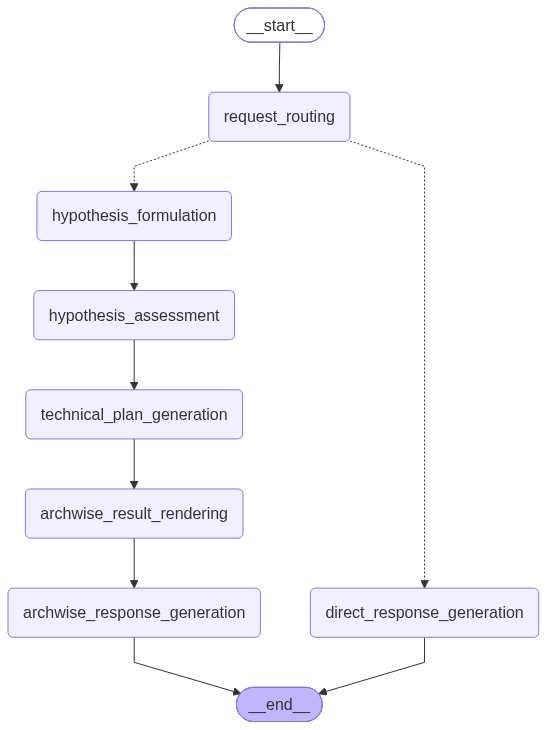
Above: docs/architecture/archwise-workflow.png in archhypo-ai/archflow-solo (Mermaid), before the change. Its source is kept beside it as docs/architecture/archwise-workflow.mmd. Its diagram source:
```mermaid
---
config:
  flowchart:
    curve: linear
---
graph TD;
    __start__([<p>__start__</p>]):::first
    request_routing(request_routing)
    direct_response_generation(direct_response_generation)
    hypothesis_formulation(hypothesis_formulation)
    hypothesis_assessment(hypothesis_assessment)
    technical_plan_generation(technical_plan_generation)
    archwise_result_rendering(archwise_result_rendering)
    archwise_response_generation(archwise_response_generation)
    __end__([<p>__end__</p>]):::last

    __start__ --> request_routing;
    request_routing -.-> direct_response_generation;
    request_routing -.-> hypothesis_formulation;
    direct_response_generation --> __end__;
    hypothesis_formulation --> hypothesis_assessment;
    hypothesis_assessment --> technical_plan_generation;
    technical_plan_generation --> archwise_result_rendering;
    archwise_result_rendering --> archwise_response_generation;
    archwise_response_generation --> __end__;

    classDef default fill:#f2f0ff,line-height:1.2
    classDef first fill-opacity:0
    classDef last fill:#bfb6fc
```
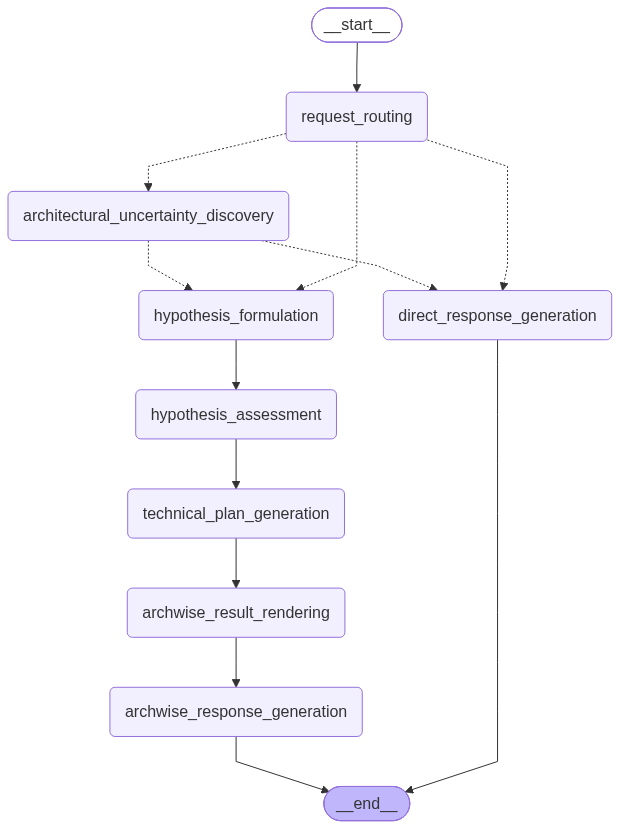
The same diagram one commit later.

Change to the diagram source:
```diff
@@ -4,26 +4,28 @@
     curve: linear
 ---
 graph TD;
-    __start__([<p>__start__</p>]):::first
-    request_routing(request_routing)
-    direct_response_generation(direct_response_generation)
-    hypothesis_formulation(hypothesis_formulation)
-    hypothesis_assessment(hypothesis_assessment)
-    technical_plan_generation(technical_plan_generation)
-    archwise_result_rendering(archwise_result_rendering)
-    archwise_response_generation(archwise_response_generation)
-    __end__([<p>__end__</p>]):::last
-
-    __start__ --> request_routing;
-    request_routing -.-> direct_response_generation;
-    request_routing -.-> hypothesis_formulation;
-    direct_response_generation --> __end__;
-    hypothesis_formulation --> hypothesis_assessment;
-    hypothesis_assessment --> technical_plan_generation;
-    technical_plan_generation --> archwise_result_rendering;
-    archwise_result_rendering --> archwise_response_generation;
-    archwise_response_generation --> __end__;
-
-    classDef default fill:#f2f0ff,line-height:1.2
-    classDef first fill-opacity:0
-    classDef last fill:#bfb6fc
+	__start__([<p>__start__</p>]):::first
+	request_routing(request_routing)
+	direct_response_generation(direct_response_generation)
+	architectural_uncertainty_discovery(architectural_uncertainty_discovery)
+	archwise_result_rendering(archwise_result_rendering)
+	archwise_response_generation(archwise_response_generation)
+	hypothesis_formulation(hypothesis_formulation)
+	hypothesis_assessment(hypothesis_assessment)
+	technical_plan_generation(technical_plan_generation)
+	__end__([<p>__end__</p>]):::last
+	__start__ --> request_routing;
+	architectural_uncertainty_discovery -.-> direct_response_generation;
+	architectural_uncertainty_discovery -.-> hypothesis_formulation;
+	archwise_result_rendering --> archwise_response_generation;
+	hypothesis_assessment --> technical_plan_generation;
+	hypothesis_formulation --> hypothesis_assessment;
+	request_routing -.-> architectural_uncertainty_discovery;
+	request_routing -.-> direct_response_generation;
+	request_routing -.-> hypothesis_formulation;
+	technical_plan_generation --> archwise_result_rendering;
+	archwise_response_generation --> __end__;
+	direct_response_generation --> __end__;
+	classDef default fill:#f2f0ff,line-height:1.2
+	classDef first fill-opacity:0
+	classDef last fill:#bfb6fc
```
